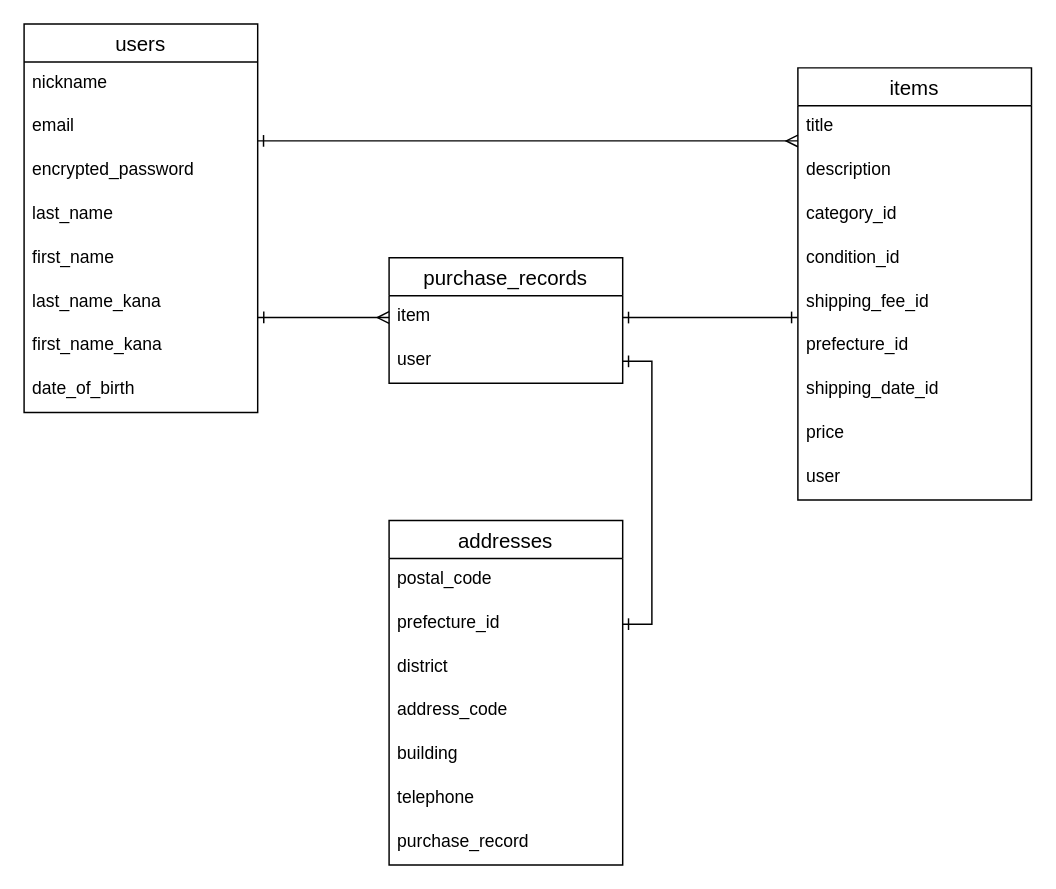
Above: table.dio in maiche/furima-34426 (draw.io), before the change. Source tidied: cells renumbered, new cells numbered last; positions are measured from the earlier drawing's top-left corner, leaving out a move shared by most shapes. Both pictures are drawn from the tidied source at 146%, with x=0, y=0 at pixel (23, 23).
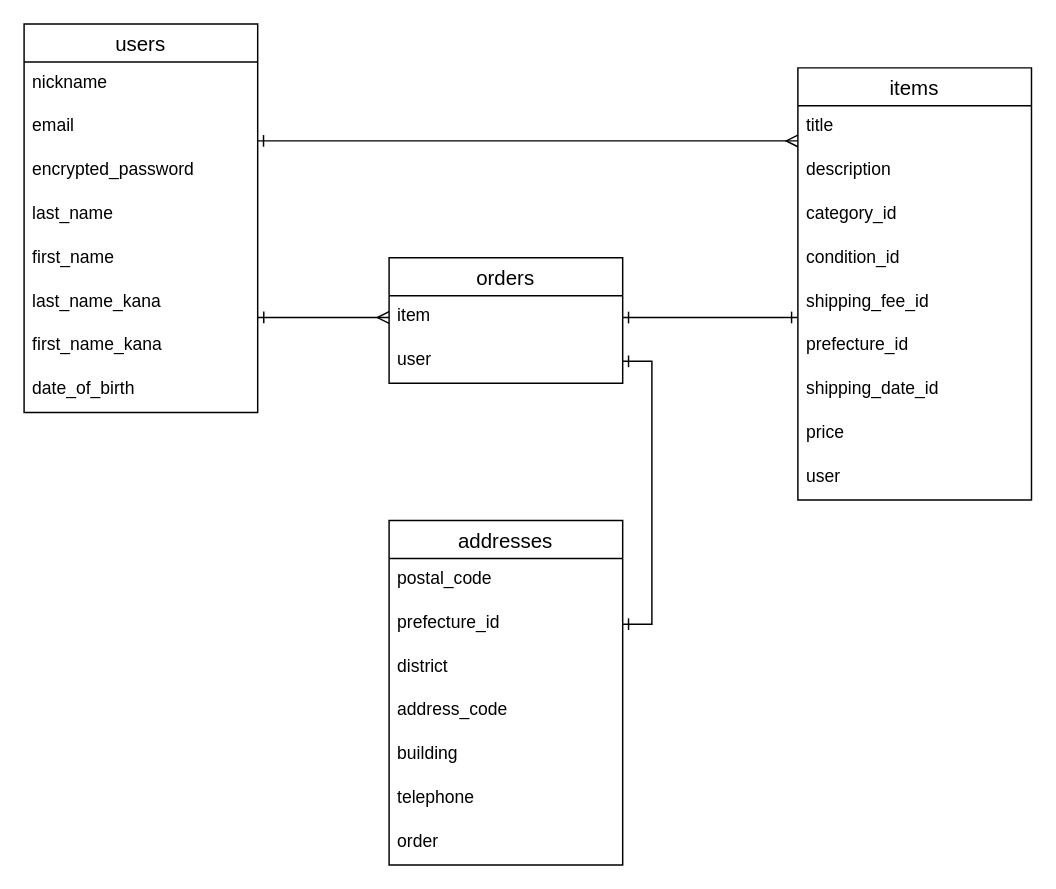
The same page after the edit.

The change refers to these unchanged cells:
```xml
<mxCell id="24" value="addresses" style="swimlane;fontStyle=0;horizontal=1;startSize=26;align=center;fontSize=14;" parent="1" vertex="1">
  <mxGeometry x="250" y="340" width="160" height="236" as="geometry" />
</mxCell>
```

The edit, as a diff of the source:
```diff
@@
-    <mxCell id="21" value="purchase_records" style="swimlane;fontStyle=0;horizontal=1;startSize=26;align=center;fontSize=14;" parent="1" vertex="1">
+    <mxCell id="21" value="orders" style="swimlane;fontStyle=0;horizontal=1;startSize=26;align=center;fontSize=14;" parent="1" vertex="1">
       <mxGeometry x="250" y="160" width="160" height="86" as="geometry" />
     </mxCell>
@@
-    <mxCell id="31" value="purchase_record" style="text;strokeColor=none;fillColor=none;spacingLeft=4;spacingRight=4;overflow=hidden;fontSize=12;" parent="24" vertex="1">
+    <mxCell id="31" value="order" style="text;strokeColor=none;fillColor=none;spacingLeft=4;spacingRight=4;overflow=hidden;fontSize=12;" parent="24" vertex="1">
       <mxGeometry y="206" width="160" height="30" as="geometry" />
     </mxCell>
```
